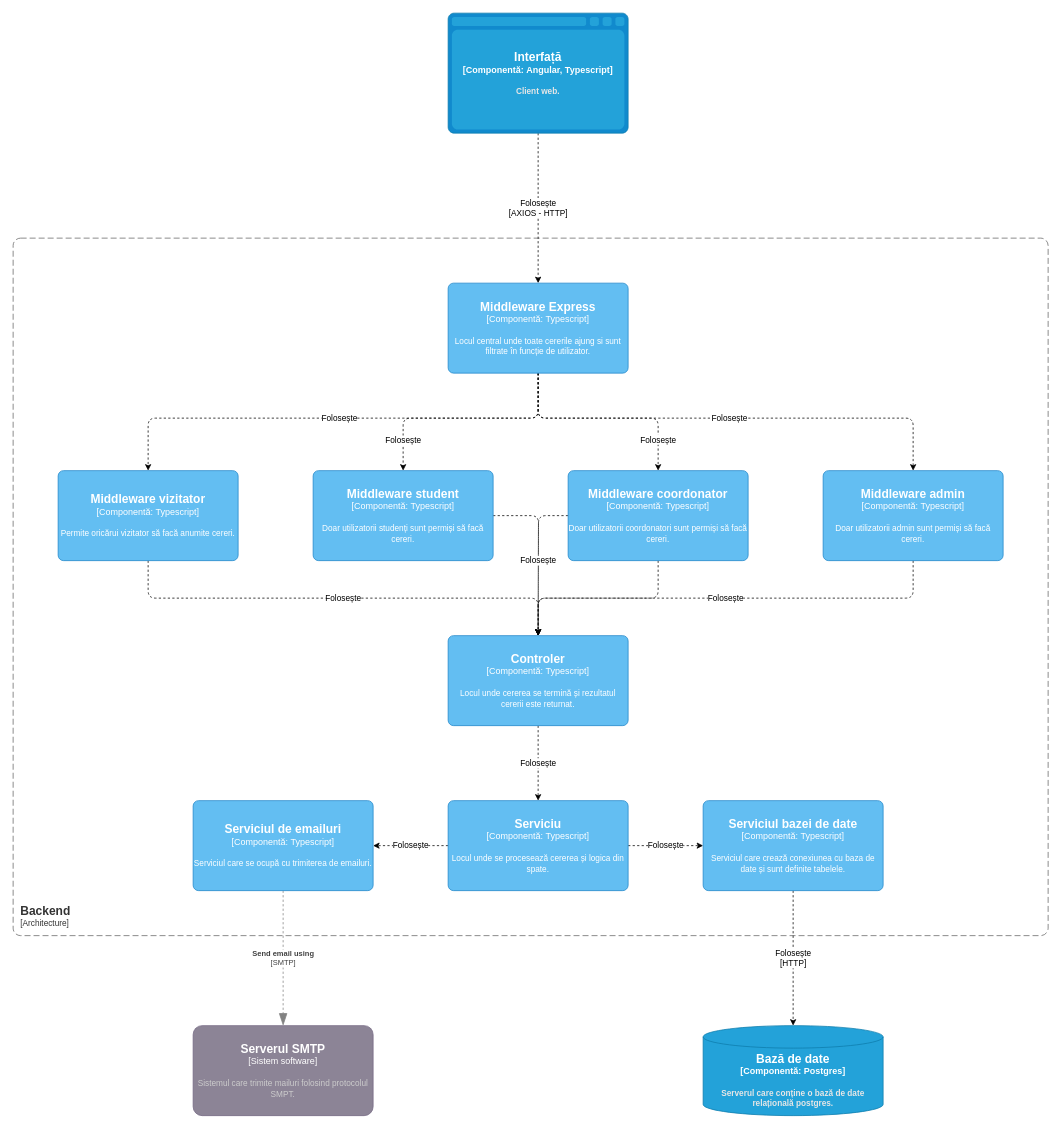
This is page "backend" (4 of 4) of files/diagrams.drawio from valentin-stamate/dashboard-activitatie-academica, a draw.io file, before an edit. Source tidied: cells renumbered, new cells numbered last; positions are measured from the earlier drawing's top-left corner, leaving out a move shared by most shapes. Both pictures are drawn from the tidied source at 75%, with x=0, y=0 at pixel (13, 13).
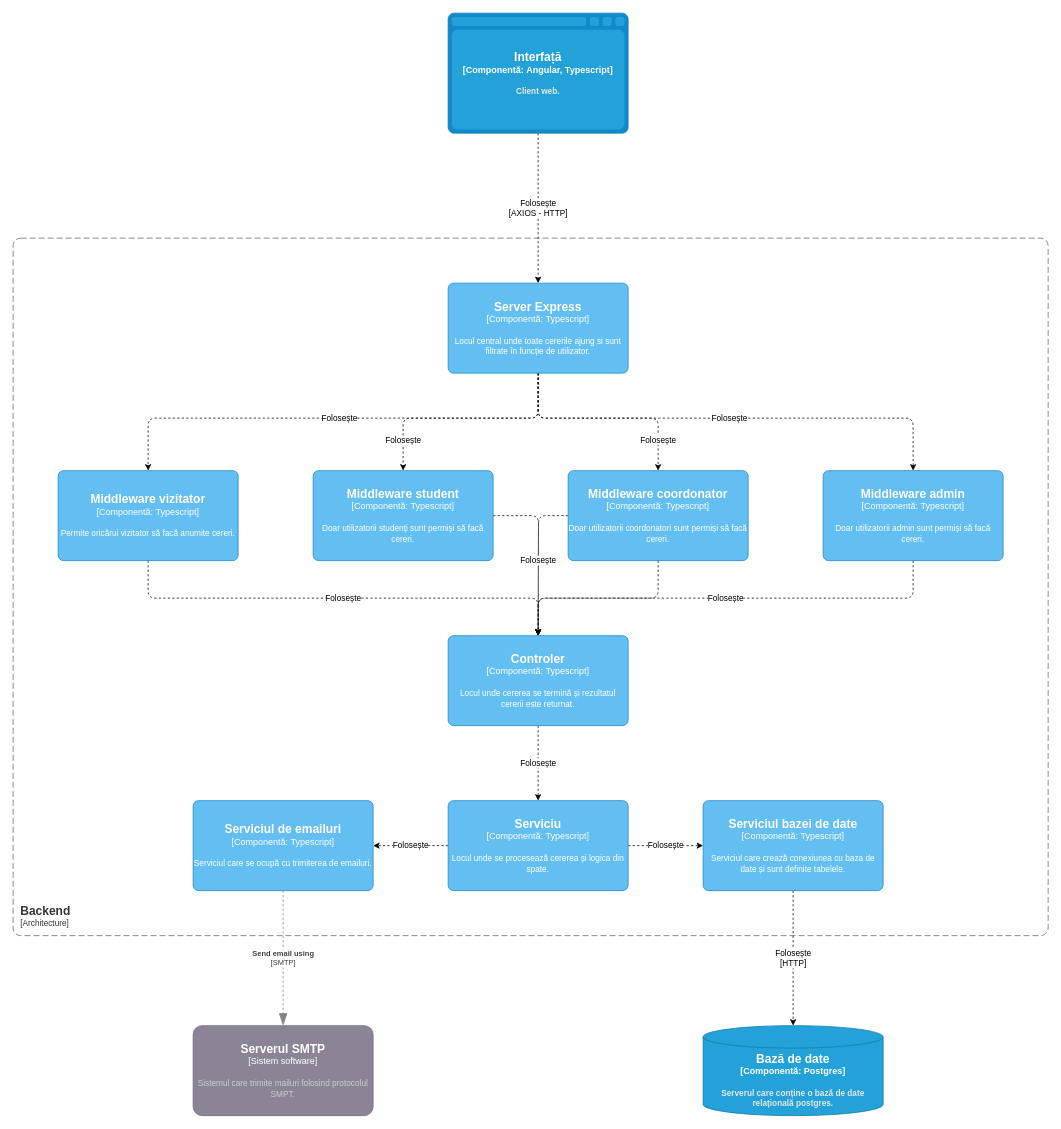
The same diagram, later.

Diff of the diagram source:
```diff
@@
-    <object id="20" label="&lt;font style=&quot;font-size: 16px&quot;&gt;&lt;b&gt;%c4Name%&lt;/b&gt;&lt;/font&gt;&lt;div&gt;[%c4Type%: %c4Technology%]&lt;/div&gt;&lt;br&gt;&lt;div&gt;&lt;font style=&quot;font-size: 11px&quot;&gt;%c4Description%&lt;/font&gt;&lt;/div&gt;" c4Description="Locul central unde toate cererile ajung si sunt filtrate în funcție de utilizator." c4Name="Middleware Express" c4Technology="Typescript" c4Type="Componentă" placeholders="1">
+    <object id="20" label="&lt;font style=&quot;font-size: 16px&quot;&gt;&lt;b&gt;%c4Name%&lt;/b&gt;&lt;/font&gt;&lt;div&gt;[%c4Type%: %c4Technology%]&lt;/div&gt;&lt;br&gt;&lt;div&gt;&lt;font style=&quot;font-size: 11px&quot;&gt;%c4Description%&lt;/font&gt;&lt;/div&gt;" c4Description="Locul central unde toate cererile ajung si sunt filtrate în funcție de utilizator." c4Name="Server Express" c4Technology="Typescript" c4Type="Componentă" placeholders="1">
       <mxCell style="rounded=1;whiteSpace=wrap;html=1;labelBackgroundColor=none;fillColor=#63BEF2;fontColor=#ffffff;align=center;arcSize=6;strokeColor=#2086C9;points=[[0.25,0,0],[0.5,0,0],[0.75,0,0],[1,0.25,0],[1,0.5,0],[1,0.75,0],[0.75,1,0],[0.5,1,0],[0.25,1,0],[0,0.75,0],[0,0.5,0],[0,0.25,0]];" parent="1" vertex="1">
         <mxGeometry x="580" y="360" width="240" height="120" as="geometry" />
       </mxCell>
     </object>
```
